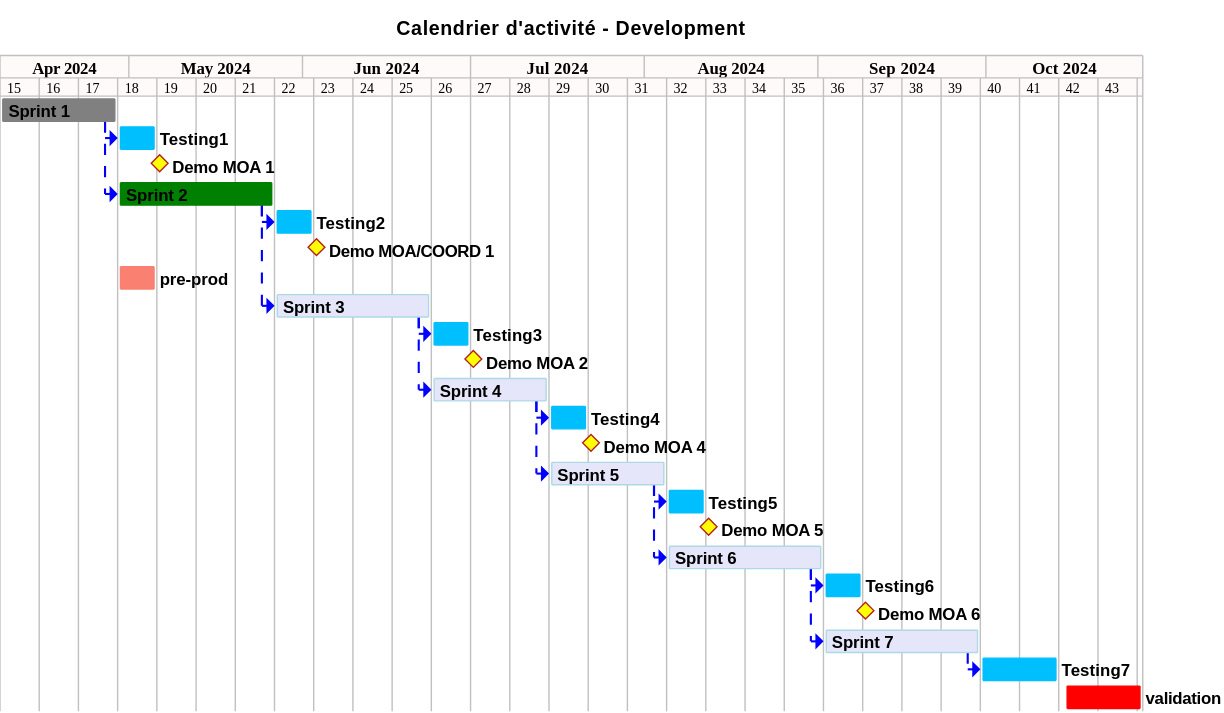
sumaris-net/sumaris-doc keeps this PlantUML diagram as projects/activity-calendar/not/images/refonte-activity-calendar-planning-sprints.svg. Above is the earlier version. Its source is kept beside it as projects/activity-calendar/not/images/refonte-activity-calendar-planning-sprints.puml.
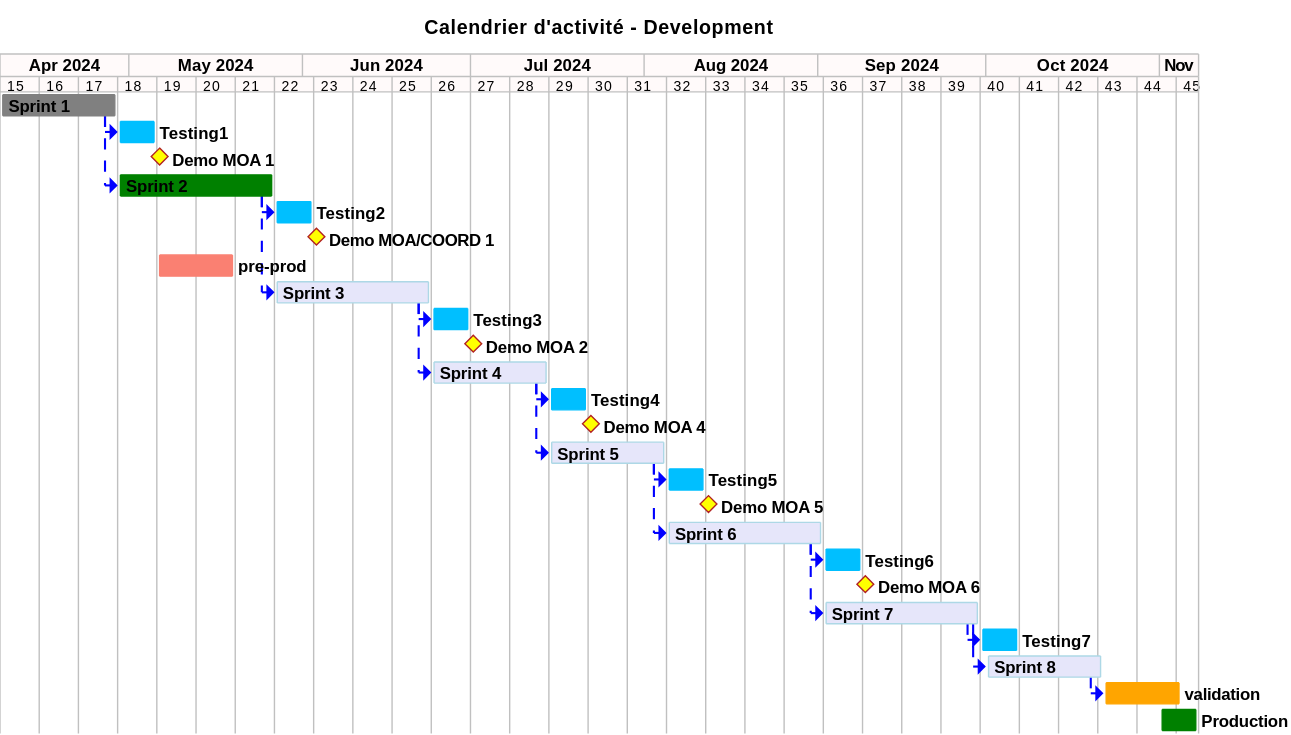
Above is the later version.

Diff of the diagram source:
```diff
@@ -83,7 +83,7 @@
 [TASK2]->[Testing2]
 [Demo MOA/COORD 1] happens 1 day after [Testing2]'s end
 
-[pre-prod] as [PREPROD] requires 1 week and starts the 29th of April 2024
+[pre-prod] as [PREPROD] requires 2 week and starts the 6th of May 2024
 [PREPROD] is colored in salmon
 
 [Sprint 3] as [TASK3] requires 4 weeks
@@ -118,10 +118,19 @@
 [TASK7] is colored in Lavender/LightBlue
 [TASK6]->[TASK7]
 [TASK7]->[Testing7]
-[Testing7] requires 2 week and starts the 22th of September 2024
+[Testing7] requires 1 week and starts the 22th of September 2024
+
+[Sprint 8] as [TASK8] requires 3 weeks and starts the 1th of October 2024
+[TASK8] is colored in Lavender/LightBlue
+[TASK7]->[TASK8]
 
 
-[validation] as [VAL] requires 2 week and starts the 15th of October 2024
-[VAL] is colored in red
+
+[validation] as [VAL] requires 2 week and starts the 22th of October 2024
+[VAL] is colored in orange
+[TASK8]->[VAL]
+
+[Production] as [PROD] requires 1 week and starts the 1th of Novembre 2024
+[PROD] is colored in green
 
 @endgantt
```
